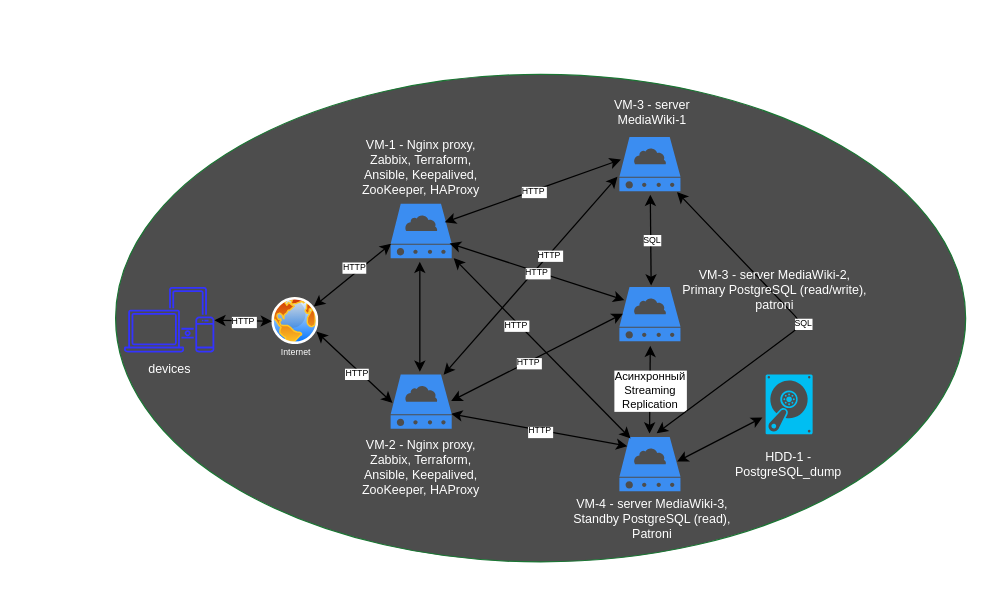
The draw.io diagram Solution/Mediafiles/2.1. App_deployment_schema_files/3.1. MediaWiki_app_schema.drawio in vepsong/MediaWiki-Doc-Management-Service, before the edit. Source tidied: cells renumbered, new cells numbered last; positions are measured from the earlier drawing's top-left corner, leaving out a move shared by most shapes. Both pictures are drawn from the tidied source at 125%, with x=0, y=0 at pixel (115, 74).
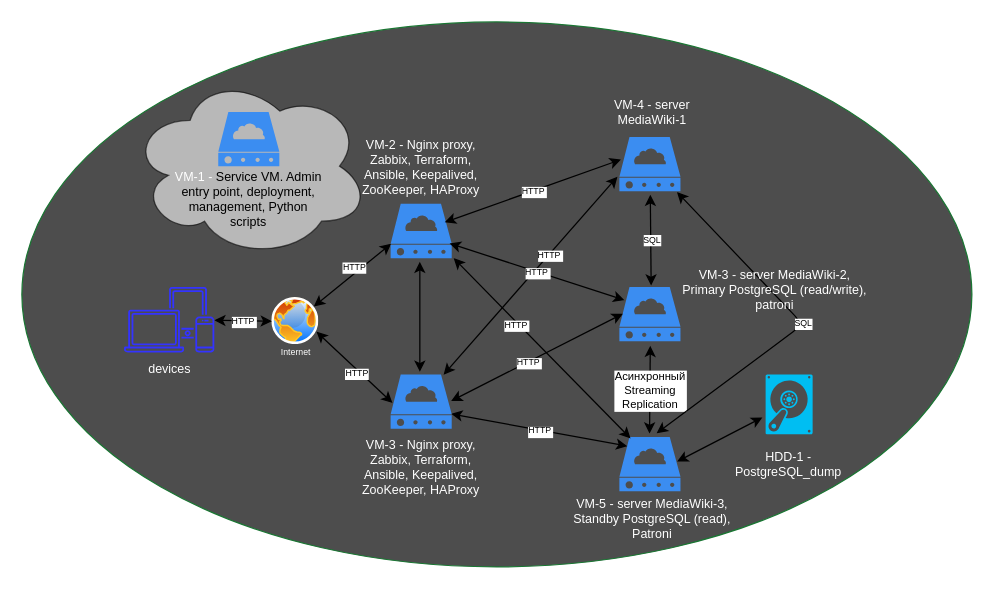
Above is the later version.

What changed in the source:
```diff
@@
     <mxCell id="2" style="ellipse;whiteSpace=wrap;html=1;fontSize=10;fillColor=#4D4D4D;fontColor=#ffffff;strokeColor=#1A7633;" parent="1" vertex="1">
-      <mxGeometry width="680" height="390" as="geometry" />
+      <mxGeometry x="-75" y="-41.9" width="760" height="435.9" as="geometry" />
     </mxCell>
@@
-    <mxCell id="17" value="&lt;font style=&quot;font-size: 10px;&quot; color=&quot;#ffffff&quot;&gt;VM-1 - Nginx proxy, &lt;br&gt;Zabbix, Terraform,&lt;br&gt;Ansible,&amp;nbsp;&lt;/font&gt;&lt;font color=&quot;#ffffff&quot;&gt;Keepalived, &lt;br&gt;ZooKeeper, HAProxy&lt;/font&gt;" style="text;strokeColor=none;align=center;fillColor=none;html=1;verticalAlign=middle;whiteSpace=wrap;rounded=0;fontSize=10;glass=0;shadow=0;strokeWidth=1;" parent="1" vertex="1">
+    <mxCell id="17" value="&lt;font style=&quot;font-size: 10px;&quot; color=&quot;#ffffff&quot;&gt;VM-2 - Nginx proxy, &lt;br&gt;Zabbix, Terraform,&lt;br&gt;Ansible,&amp;nbsp;&lt;/font&gt;&lt;font color=&quot;#ffffff&quot;&gt;Keepalived, &lt;br&gt;ZooKeeper, HAProxy&lt;/font&gt;" style="text;strokeColor=none;align=center;fillColor=none;html=1;verticalAlign=middle;whiteSpace=wrap;rounded=0;fontSize=10;glass=0;shadow=0;strokeWidth=1;" parent="1" vertex="1">
       <mxGeometry x="194" y="50.8" width="101" height="47.2" as="geometry" />
     </mxCell>
@@
-    <mxCell id="22" value="&lt;p style=&quot;line-height: 120%; font-size: 10px;&quot;&gt;&lt;font color=&quot;#ffffff&quot; style=&quot;font-size: 10px;&quot;&gt;VM-4 - server MediaWiki-3,&lt;br&gt;&lt;/font&gt;&lt;span style=&quot;color: rgb(255, 255, 255);&quot;&gt;Standby PostgreSQL (&lt;/span&gt;&lt;span style=&quot;color: rgb(255, 255, 255);&quot;&gt;read), Patroni&lt;/span&gt;&lt;font color=&quot;#ffffff&quot; style=&quot;font-size: 10px;&quot;&gt;&lt;br&gt;&lt;/font&gt;&lt;/p&gt;" style="text;strokeColor=none;align=center;fillColor=none;html=1;verticalAlign=middle;whiteSpace=wrap;rounded=0;fontSize=10;" parent="1" vertex="1">
+    <mxCell id="22" value="&lt;p style=&quot;line-height: 120%; font-size: 10px;&quot;&gt;&lt;font color=&quot;#ffffff&quot; style=&quot;font-size: 10px;&quot;&gt;VM-5 - server MediaWiki-3,&lt;br&gt;&lt;/font&gt;&lt;span style=&quot;color: rgb(255, 255, 255);&quot;&gt;Standby PostgreSQL (&lt;/span&gt;&lt;span style=&quot;color: rgb(255, 255, 255);&quot;&gt;read), Patroni&lt;/span&gt;&lt;font color=&quot;#ffffff&quot; style=&quot;font-size: 10px;&quot;&gt;&lt;br&gt;&lt;/font&gt;&lt;/p&gt;" style="text;strokeColor=none;align=center;fillColor=none;html=1;verticalAlign=middle;whiteSpace=wrap;rounded=0;fontSize=10;" parent="1" vertex="1">
       <mxGeometry x="352" y="330" width="155" height="50" as="geometry" />
     </mxCell>
@@
-    <mxCell id="28" value="&lt;p style=&quot;line-height: 120%; font-size: 10px;&quot;&gt;&lt;font color=&quot;#ffffff&quot; style=&quot;font-size: 10px;&quot;&gt;VM-3 - server MediaWiki-1&lt;/font&gt;&lt;/p&gt;" style="text;strokeColor=none;align=center;fillColor=none;html=1;verticalAlign=middle;whiteSpace=wrap;rounded=0;fontSize=10;" parent="1" vertex="1">
+    <mxCell id="28" value="&lt;p style=&quot;line-height: 120%; font-size: 10px;&quot;&gt;&lt;font color=&quot;#ffffff&quot; style=&quot;font-size: 10px;&quot;&gt;VM-4 - server MediaWiki-1&lt;/font&gt;&lt;/p&gt;" style="text;strokeColor=none;align=center;fillColor=none;html=1;verticalAlign=middle;whiteSpace=wrap;rounded=0;fontSize=10;" parent="1" vertex="1">
       <mxGeometry x="394.2" y="20" width="70.5" height="20" as="geometry" />
     </mxCell>
@@
-    <mxCell id="31" value="&lt;font style=&quot;font-size: 10px;&quot; color=&quot;#ffffff&quot;&gt;VM-2 - Nginx proxy, &lt;br&gt;Zabbix, Terraform,&lt;br&gt;Ansible,&amp;nbsp;&lt;/font&gt;&lt;font color=&quot;#ffffff&quot;&gt;Keepalived, &lt;br&gt;ZooKeeper, HAProxy&lt;/font&gt;" style="text;strokeColor=none;align=center;fillColor=none;html=1;verticalAlign=middle;whiteSpace=wrap;rounded=0;fontSize=10;glass=0;shadow=0;strokeWidth=1;" parent="1" vertex="1">
+    <mxCell id="31" value="&lt;font style=&quot;font-size: 10px;&quot; color=&quot;#ffffff&quot;&gt;VM-3 - Nginx proxy, &lt;br&gt;Zabbix, Terraform,&lt;br&gt;Ansible,&amp;nbsp;&lt;/font&gt;&lt;font color=&quot;#ffffff&quot;&gt;Keepalived, &lt;br&gt;ZooKeeper, HAProxy&lt;/font&gt;" style="text;strokeColor=none;align=center;fillColor=none;html=1;verticalAlign=middle;whiteSpace=wrap;rounded=0;fontSize=10;glass=0;shadow=0;strokeWidth=1;" parent="1" vertex="1">
       <mxGeometry x="194" y="290" width="101" height="47.2" as="geometry" />
     </mxCell>
@@
+    <mxCell id="44" style="ellipse;shape=cloud;whiteSpace=wrap;html=1;fillColor=default;opacity=60;" parent="1" vertex="1">
+      <mxGeometry x="11.8" width="191.2" height="146.8" as="geometry" />
+    </mxCell>
+    <mxCell id="45" value="&lt;font style=&quot;font-size: 10px;&quot; color=&quot;#ffffff&quot;&gt;VM-1 -&amp;nbsp;&lt;/font&gt;Service VM. Admin entry point, deployment, management, Python scripts" style="text;strokeColor=none;align=center;fillColor=none;html=1;verticalAlign=middle;whiteSpace=wrap;rounded=0;fontSize=10;glass=0;shadow=0;strokeWidth=1;" parent="1" vertex="1">
+      <mxGeometry x="43" y="63.5" width="127.2" height="73.7" as="geometry" />
+    </mxCell>
+    <mxCell id="46" style="sketch=0;html=1;strokeColor=none;shadow=0;align=center;verticalAlign=top;fillColor=#3B8DF1;shape=mxgraph.gcp2.cloud_server;" parent="1" vertex="1">
+      <mxGeometry x="82.1" y="30" width="48.9" height="43.5" as="geometry" />
+    </mxCell>
```
